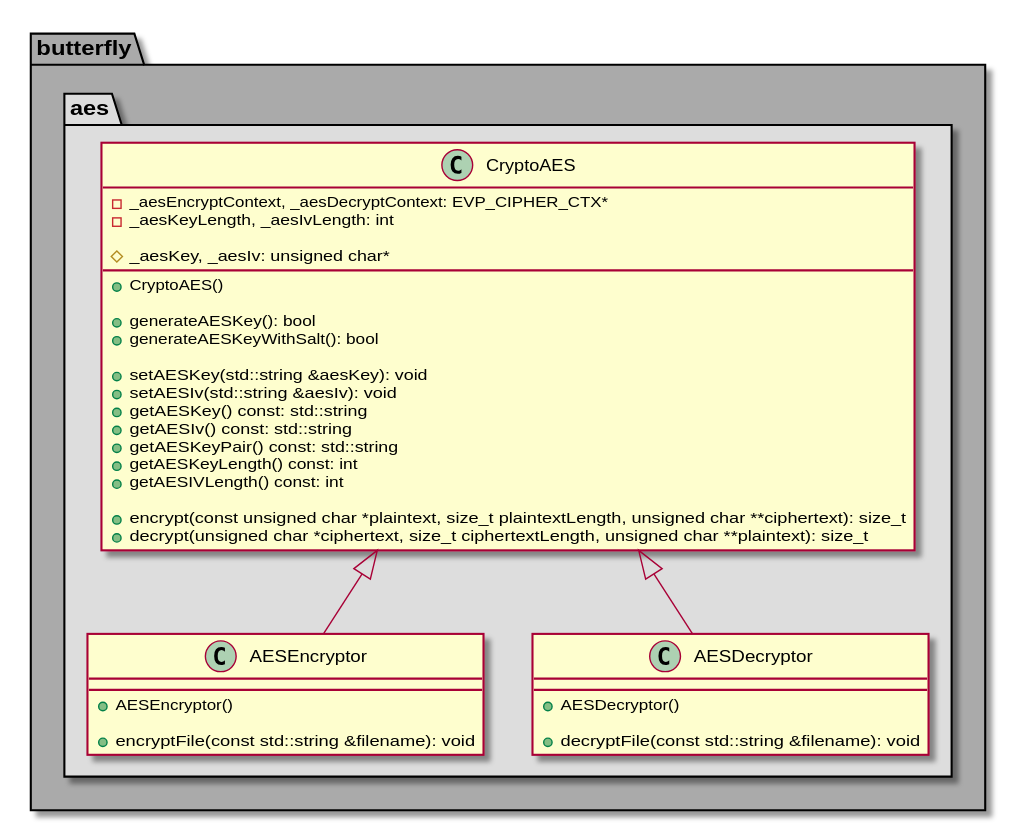
bierschi/butterfly keeps this PlantUML diagram as architecture/class_diagrams/crypto/aes.svg. Above is the earlier version.
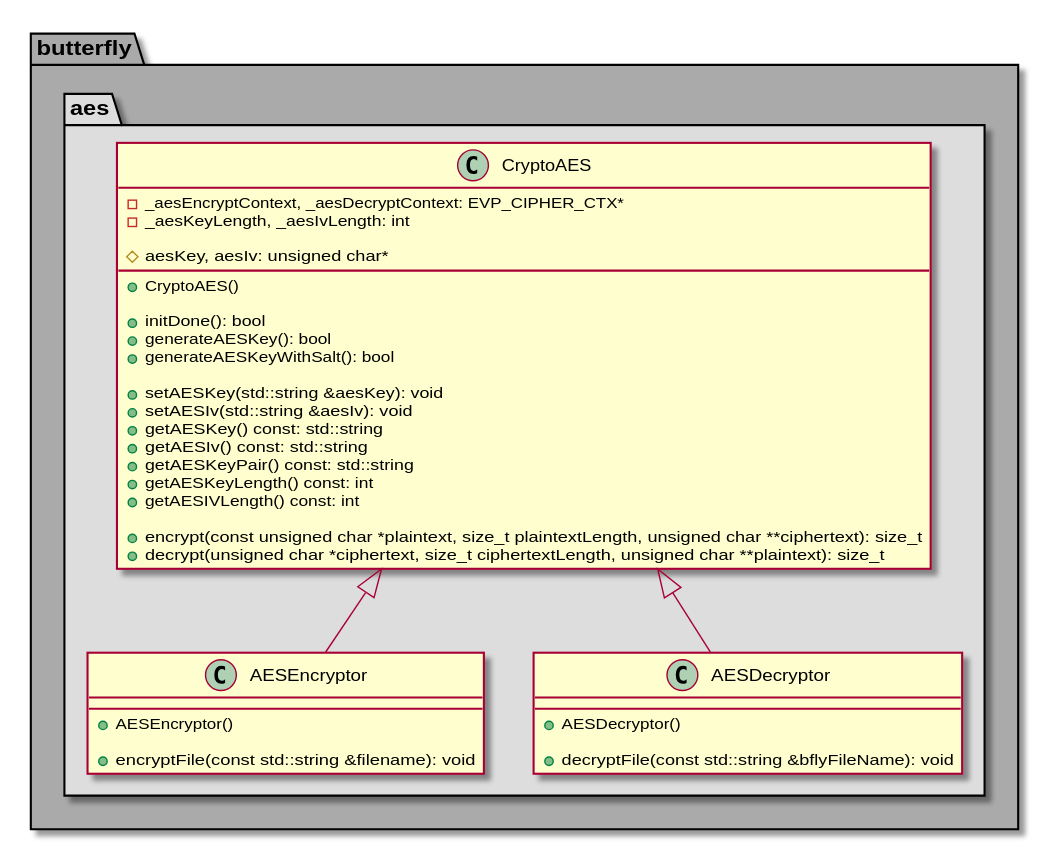
Later version of the same file.

What changed in the source:
```diff
@@ -11,10 +11,11 @@
     - _aesEncryptContext, _aesDecryptContext: EVP_CIPHER_CTX*
     - _aesKeyLength, _aesIvLength: int
 
-    # _aesKey, _aesIv: unsigned char*
+    # aesKey, aesIv: unsigned char*
 
     + CryptoAES()
 
+    + initDone(): bool
     + generateAESKey(): bool
     + generateAESKeyWithSalt(): bool
 
@@ -42,11 +43,12 @@
 {
     + AESDecryptor()
 
-    + decryptFile(const std::string &filename): void
+    + decryptFile(const std::string &bflyFileName): void
 }
 
 CryptoAES <|-- AESEncryptor
 CryptoAES <|-- AESDecryptor
+
 }
 
 }
```
